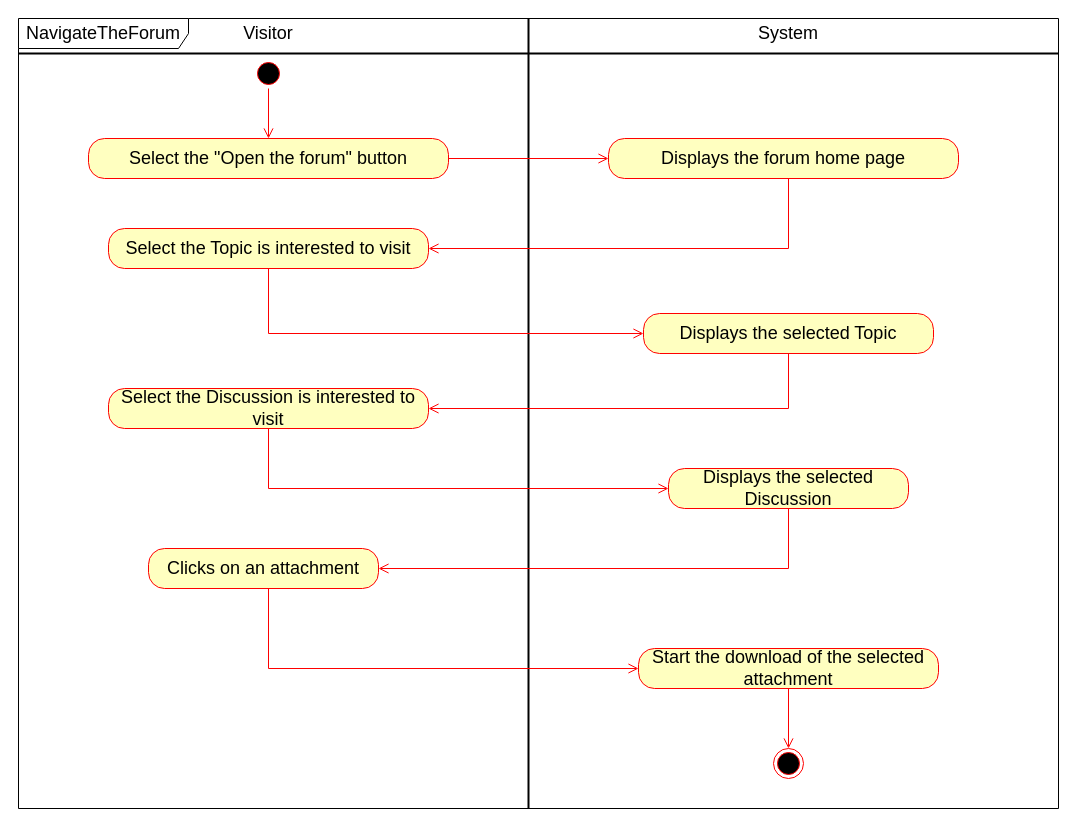
Earlier version of the draw.io diagram page "NavigateTheForum" (3 of 3) of Use cases diagram/Visitor.drawio (matteovisotto/SE2-CecchettoSirianiVisotto). Source tidied: cells renumbered, new cells numbered last; positions are measured from the earlier drawing's top-left corner, leaving out a move shared by most shapes. Both pictures are drawn from the tidied source at 100%, with x=0, y=0 at pixel (18, 18).
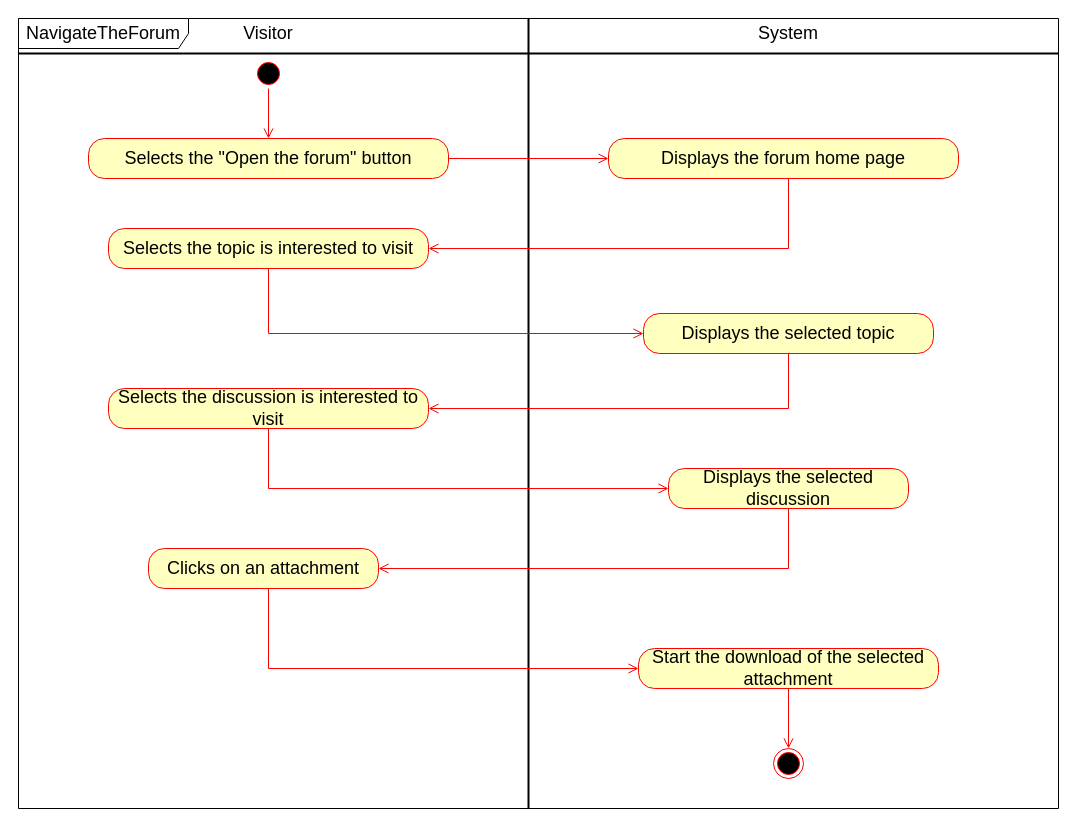
Above is the later version.

What changed in the source:
```diff
@@
-    <mxCell id="10" value="&lt;font style=&quot;font-size: 18px&quot;&gt;Select the &quot;Open the forum&quot; button&lt;/font&gt;" style="rounded=1;whiteSpace=wrap;html=1;arcSize=40;fontColor=#000000;fillColor=#ffffc0;strokeColor=#ff0000;" parent="1" vertex="1">
+    <mxCell id="10" value="&lt;font style=&quot;font-size: 18px&quot;&gt;Selects the &quot;Open the forum&quot; button&lt;/font&gt;" style="rounded=1;whiteSpace=wrap;html=1;arcSize=40;fontColor=#000000;fillColor=#ffffc0;strokeColor=#ff0000;" parent="1" vertex="1">
       <mxGeometry x="70" y="120" width="360" height="40" as="geometry" />
     </mxCell>
@@
-    <mxCell id="14" value="&lt;font style=&quot;font-size: 18px&quot;&gt;Select the Topic is interested to visit&lt;/font&gt;" style="rounded=1;whiteSpace=wrap;html=1;arcSize=40;fontColor=#000000;fillColor=#ffffc0;strokeColor=#ff0000;" parent="1" vertex="1">
+    <mxCell id="14" value="&lt;font style=&quot;font-size: 18px&quot;&gt;Selects the topic is interested to visit&lt;/font&gt;" style="rounded=1;whiteSpace=wrap;html=1;arcSize=40;fontColor=#000000;fillColor=#ffffc0;strokeColor=#ff0000;" parent="1" vertex="1">
       <mxGeometry x="90" y="210" width="320" height="40" as="geometry" />
     </mxCell>
@@
-    <mxCell id="18" value="Displays the selected Topic" style="rounded=1;whiteSpace=wrap;html=1;arcSize=40;fontColor=#000000;fillColor=#ffffc0;strokeColor=#ff0000;fontSize=18;" parent="1" vertex="1">
+    <mxCell id="18" value="Displays the selected topic" style="rounded=1;whiteSpace=wrap;html=1;arcSize=40;fontColor=#000000;fillColor=#ffffc0;strokeColor=#ff0000;fontSize=18;" parent="1" vertex="1">
       <mxGeometry x="625" y="295" width="290" height="40" as="geometry" />
     </mxCell>
@@
-    <mxCell id="20" value="Select the Discussion is interested to visit" style="rounded=1;whiteSpace=wrap;html=1;arcSize=40;fontColor=#000000;fillColor=#ffffc0;strokeColor=#ff0000;fontSize=18;" parent="1" vertex="1">
+    <mxCell id="20" value="Selects the discussion is interested to visit" style="rounded=1;whiteSpace=wrap;html=1;arcSize=40;fontColor=#000000;fillColor=#ffffc0;strokeColor=#ff0000;fontSize=18;" parent="1" vertex="1">
       <mxGeometry x="90" y="370" width="320" height="40" as="geometry" />
     </mxCell>
@@
-    <mxCell id="22" value="Displays the selected Discussion" style="rounded=1;whiteSpace=wrap;html=1;arcSize=40;fontColor=#000000;fillColor=#ffffc0;strokeColor=#ff0000;fontSize=18;" parent="1" vertex="1">
+    <mxCell id="22" value="Displays the selected discussion" style="rounded=1;whiteSpace=wrap;html=1;arcSize=40;fontColor=#000000;fillColor=#ffffc0;strokeColor=#ff0000;fontSize=18;" parent="1" vertex="1">
       <mxGeometry x="650" y="450" width="240" height="40" as="geometry" />
     </mxCell>
```
